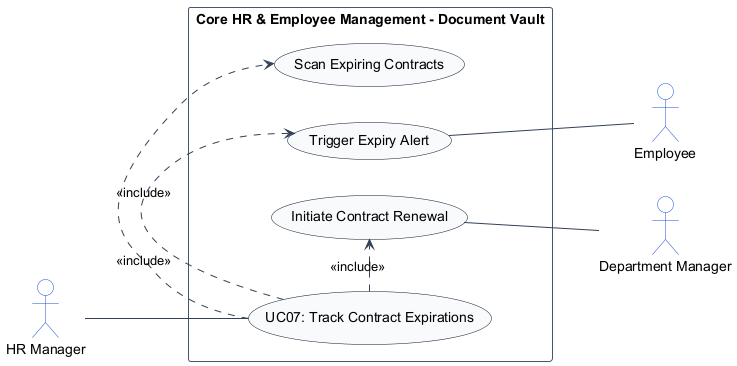
Above: usecase_images/UC07.png in TamBui1706/HRPlatform (PlantUML), before the change. Its diagram source:
```plantuml
@startuml
left to right direction
skinparam shadowing false
skinparam packageStyle rectangle
skinparam actorStyle stickman

skinparam ArrowColor #334155
skinparam ActorBorderColor #1d4ed8
skinparam ActorBackgroundColor #ffffff
skinparam UsecaseBorderColor #0f172a
skinparam UsecaseBackgroundColor #f8fafc
skinparam RectangleBorderColor #475569
skinparam RectangleBackgroundColor #ffffff

actor "HR Manager" as HRManager
actor "Employee" as Employee
actor "Department Manager" as DepartmentManager

rectangle "Core HR & Employee Management - Document Vault" {
    usecase "UC07: Track Contract Expirations" as UC_Main
    usecase "Scan Expiring Contracts" as UC_Scan
    usecase "Trigger Expiry Alert" as UC_Alert
    usecase "Initiate Contract Renewal" as UC_Renew

    HRManager -- UC_Main
    UC_Main .> UC_Scan : <<include>>
    UC_Main .> UC_Alert : <<include>>
    UC_Main .> UC_Renew : <<include>>
    UC_Alert -- Employee
    UC_Renew -- DepartmentManager
}
@enduml
```
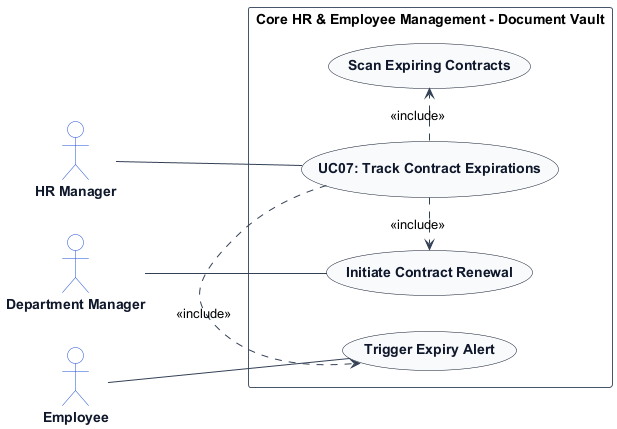
After the commit.

Change to the diagram source:
```diff
@@ -7,14 +7,20 @@
 skinparam ArrowColor #334155
 skinparam ActorBorderColor #1d4ed8
 skinparam ActorBackgroundColor #ffffff
+skinparam ActorFontColor #0f172a
+skinparam ActorFontStyle bold
+
 skinparam UsecaseBorderColor #0f172a
 skinparam UsecaseBackgroundColor #f8fafc
+skinparam UsecaseFontColor #0f172a
+skinparam UsecaseFontStyle bold
+
 skinparam RectangleBorderColor #475569
 skinparam RectangleBackgroundColor #ffffff
 
 actor "HR Manager" as HRManager
+actor "Department Manager" as DepartmentManager
 actor "Employee" as Employee
-actor "Department Manager" as DepartmentManager
 
 rectangle "Core HR & Employee Management - Document Vault" {
     usecase "UC07: Track Contract Expirations" as UC_Main
@@ -23,10 +29,10 @@
     usecase "Initiate Contract Renewal" as UC_Renew
 
     HRManager -- UC_Main
+    DepartmentManager -- UC_Renew
+    Employee -- UC_Alert
     UC_Main .> UC_Scan : <<include>>
     UC_Main .> UC_Alert : <<include>>
     UC_Main .> UC_Renew : <<include>>
-    UC_Alert -- Employee
-    UC_Renew -- DepartmentManager
 }
 @enduml
```
